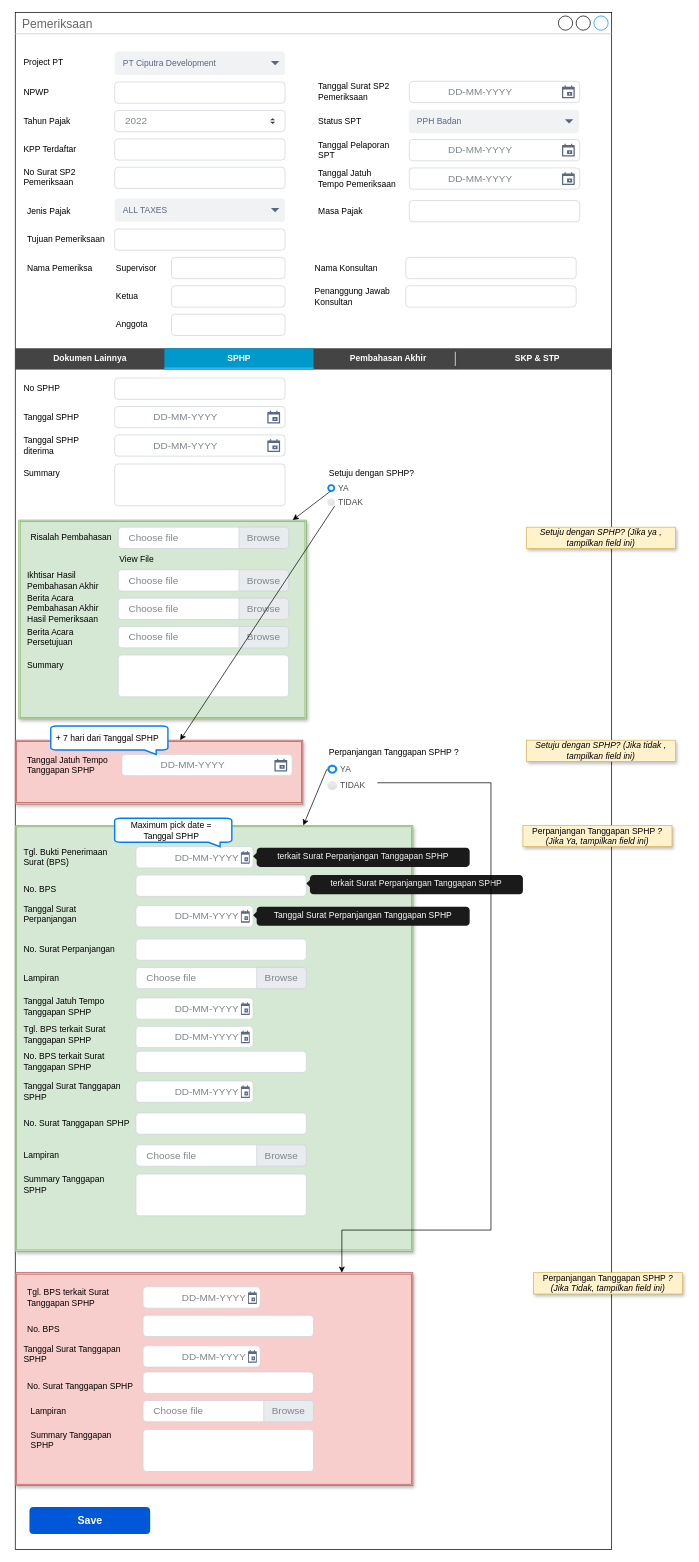
This is page "2.0 Pemeriksaan_addnew" (8 of 21) of TAMS.drawio from prasetyodavid/TAMS, a draw.io file, before an edit. Source tidied: cells renumbered, new cells numbered last; positions are measured from the earlier drawing's top-left corner, leaving out a move shared by most shapes. Both pictures are drawn from the tidied source at 71%, with x=0, y=0 at pixel (15, 12).
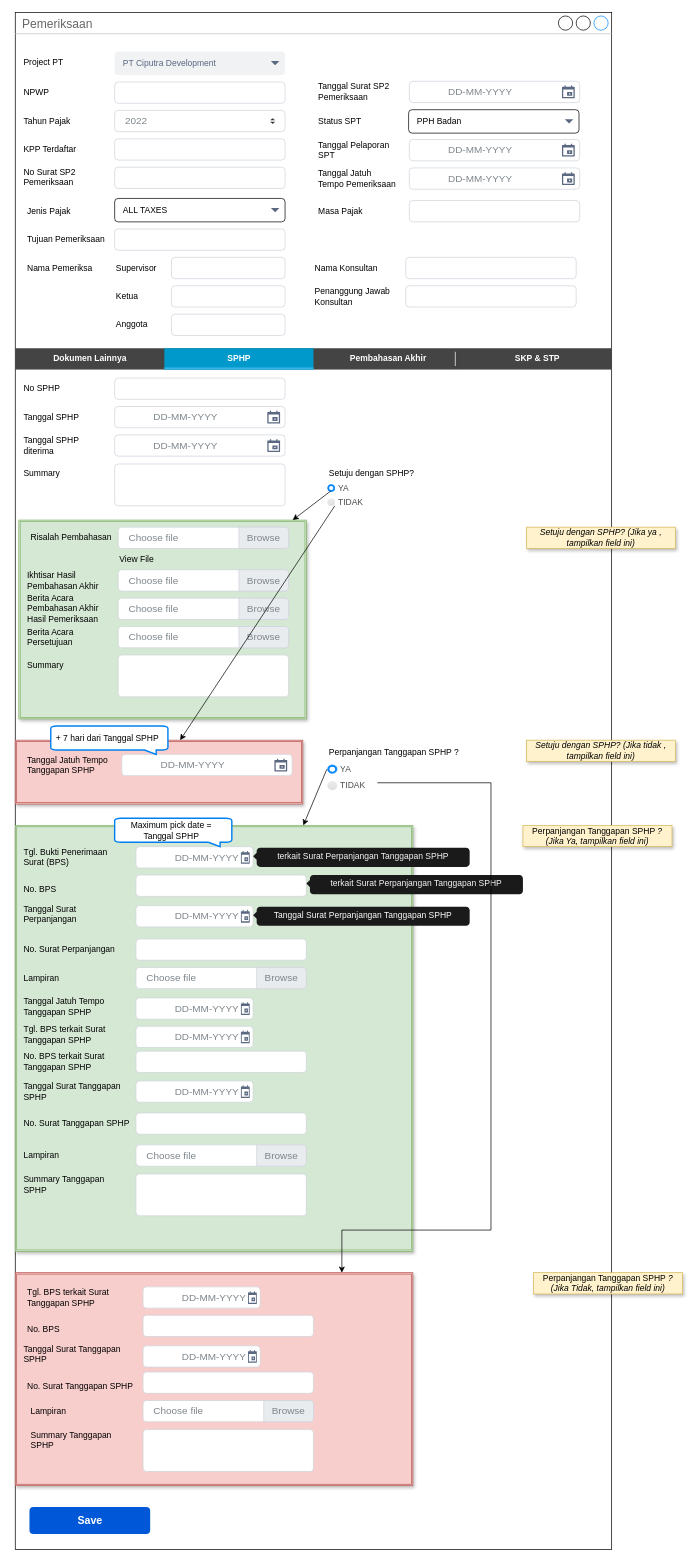
The same diagram, later.

Change to the diagram source:
```diff
@@
-    <mxCell id="151" value="ALL TAXES" style="rounded=1;fillColor=#F1F2F4;strokeColor=none;html=1;fontColor=#596780;align=left;fontSize=12;spacingLeft=10;sketch=0;" parent="1" vertex="1">
+    <mxCell id="151" value="ALL TAXES" style="rounded=1;html=1;align=left;fontSize=12;spacingLeft=10;sketch=0;" parent="1" vertex="1">
       <mxGeometry x="140" y="262" width="240" height="33" as="geometry" />
     </mxCell>
@@
-    <mxCell id="157" value="PPH Badan" style="rounded=1;fillColor=#F1F2F4;strokeColor=none;html=1;fontColor=#596780;align=left;fontSize=12;spacingLeft=10;sketch=0;" parent="1" vertex="1">
+    <mxCell id="157" value="PPH Badan" style="rounded=1;html=1;align=left;fontSize=12;spacingLeft=10;sketch=0;" parent="1" vertex="1">
       <mxGeometry x="554" y="137" width="240" height="33" as="geometry" />
     </mxCell>
```
